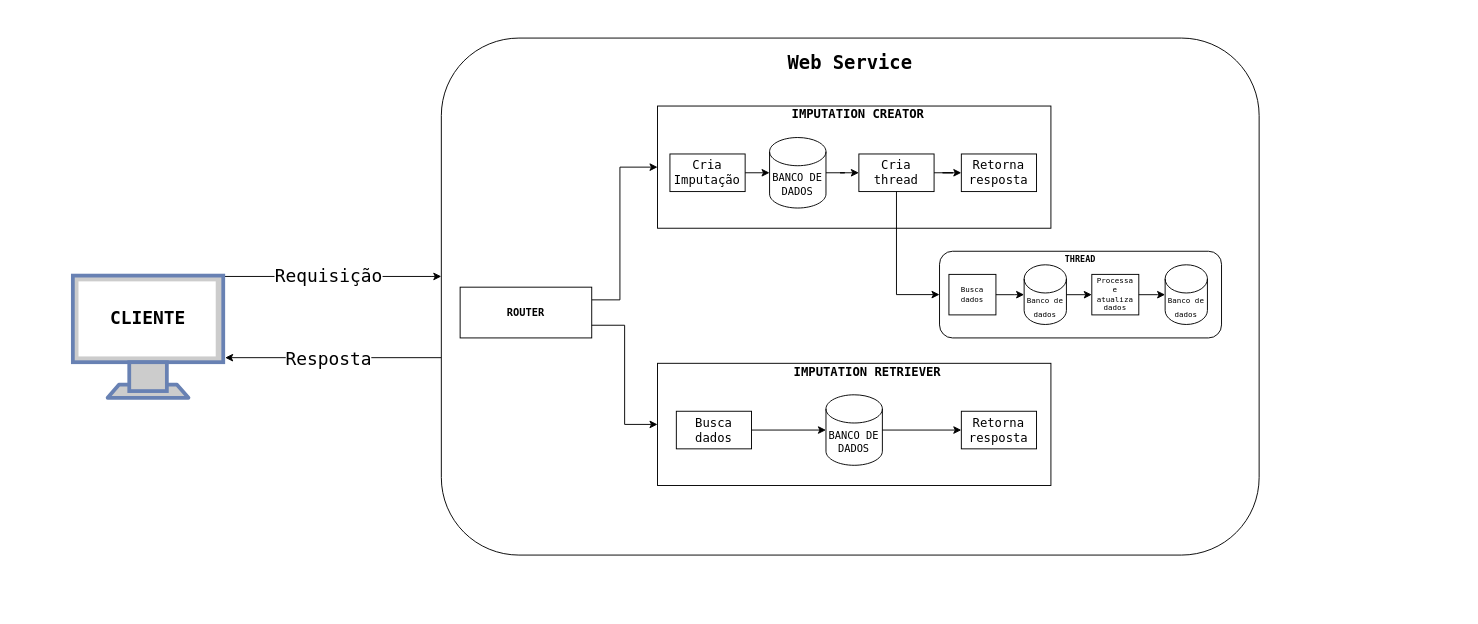
Above: images/Architecture.drawio in j-abreu/imputation-web-service (draw.io), before the change. Source tidied: cells renumbered, new cells numbered last; positions are measured from the earlier drawing's top-left corner, leaving out a move shared by most shapes. Both pictures are drawn from the tidied source at 94%, with x=0, y=0 at pixel (25, 16). Pictures stored in the file or linked from it are replaced by grey dashed boxes.
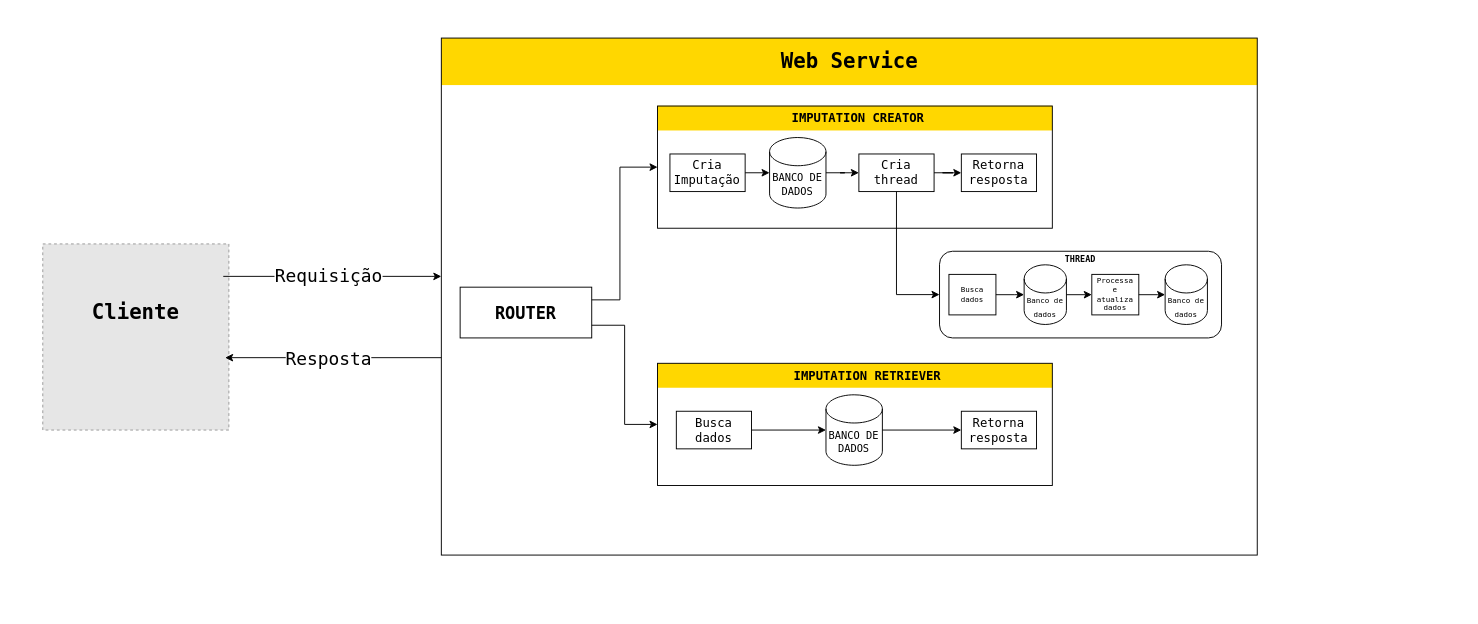
The same page after the edit.

The edit, as a diff of the source:
```diff
@@
+    <mxCell id="43" style="rounded=0;whiteSpace=wrap;html=1;fontFamily=Lucida Console;fontSize=19;fillColor=default;strokeColor=none;" parent="1" vertex="1">
+      <mxGeometry x="-10" width="1370" height="630" as="geometry" />
+    </mxCell>
+    <mxCell id="44" style="fillColor=#E6E6E6;strokeColor=#999999;dashed=1;verticalLabelPosition=bottom;labelBackgroundColor=default;verticalAlign=top;" parent="1" vertex="1">
+      <mxGeometry x="18" y="242" width="198" height="198" as="geometry" />
+    </mxCell>
+    <mxCell id="45" style="rounded=1;whiteSpace=wrap;html=1;fontFamily=Lucida Console;fontSize=19;fillColor=#FFD700;arcSize=0;strokeColor=none;" parent="1" vertex="1">
+      <mxGeometry x="442" y="23" width="868" height="50" as="geometry" />
+    </mxCell>
+    <mxCell id="6" style="rounded=0;whiteSpace=wrap;html=1;fillColor=none;arcSize=13;imageHeight=24;glass=0;" parent="1" vertex="1">
+      <mxGeometry x="442" y="23" width="868" height="550" as="geometry" />
+    </mxCell>
-    <mxCell id="2" style="edgeStyle=orthogonalEdgeStyle;rounded=0;jettySize=auto;html=1;entryX=0;entryY=0.461;entryDx=0;entryDy=0;entryPerimeter=0;fontFamily=Lucida Console;fontSize=19;" parent="1" edge="1" source="41" target="6">
+    <mxCell id="2" style="edgeStyle=orthogonalEdgeStyle;rounded=0;jettySize=auto;html=1;entryX=0;entryY=0.461;entryDx=0;entryDy=0;entryPerimeter=0;fontFamily=Lucida Console;fontSize=19;" parent="1" edge="1" target="6">
       <mxGeometry relative="1" as="geometry">
+        <mxPoint x="210" y="276.5" as="sourcePoint" />
         <Array as="points">
           <mxPoint x="432" y="277" />
         </Array>
       </mxGeometry>
     </mxCell>
@@
-    <mxCell id="6" style="rounded=1;whiteSpace=wrap;html=1;" parent="1" vertex="1">
-      <mxGeometry x="442" y="23" width="870" height="550" as="geometry" />
-    </mxCell>
-    <mxCell id="7" value="Web Service" style="text;html=1;strokeColor=none;fillColor=none;align=center;verticalAlign=middle;whiteSpace=wrap;rounded=0;fontFamily=Lucida Console;fontSize=20;fontStyle=1;" parent="1" vertex="1">
-      <mxGeometry x="807" y="33" width="140" height="30" as="geometry" />
+    <mxCell id="7" value="Web Service" style="text;html=1;strokeColor=none;fillColor=none;align=center;verticalAlign=middle;whiteSpace=wrap;rounded=0;fontFamily=Lucida Console;fontSize=22;fontStyle=1;" parent="1" vertex="1">
+      <mxGeometry x="794.5" y="33" width="163" height="30" as="geometry" />
     </mxCell>
     <mxCell id="8" style="group;fontFamily=Lucida Console;" parent="1" vertex="1">
-      <mxGeometry x="672" y="91.3" width="418.5" height="134" as="geometry" />
+      <mxGeometry x="672" y="91.3" width="420" height="134" as="geometry" />
     </mxCell>
+    <mxCell id="46" style="rounded=0;whiteSpace=wrap;html=1;glass=0;strokeColor=none;fontFamily=Helvetica;fontSize=12;fontColor=default;fillColor=#FFD700;" parent="8" vertex="1">
+      <mxGeometry y="3.7" width="420" height="26.3" as="geometry" />
+    </mxCell>
-    <mxCell id="9" style="rounded=0;whiteSpace=wrap;html=1;fontFamily=Lucida Console;" parent="8" vertex="1">
-      <mxGeometry y="4" width="418.5" height="130" as="geometry" />
+    <mxCell id="9" style="rounded=0;whiteSpace=wrap;html=1;fontFamily=Lucida Console;fillColor=none;" parent="8" vertex="1">
+      <mxGeometry y="4" width="420" height="130" as="geometry" />
     </mxCell>
     <mxCell id="10" value="IMPUTATION CREATOR" style="text;html=1;strokeColor=none;fillColor=none;align=center;verticalAlign=middle;whiteSpace=wrap;rounded=0;fontFamily=Lucida Console;fontSize=13;fontStyle=1;" parent="8" vertex="1">
-      <mxGeometry x="136.8" y="-2" width="153.2" height="30" as="geometry" />
+      <mxGeometry x="136.8" y="2" width="153.2" height="30" as="geometry" />
     </mxCell>
@@
-    <mxCell id="29" value="ROUTER" style="rounded=0;whiteSpace=wrap;html=1;fontFamily=Lucida Console;fontSize=11;fontStyle=1;" parent="1" vertex="1">
+    <mxCell id="29" value="ROUTER" style="rounded=0;whiteSpace=wrap;html=1;fontFamily=Lucida Console;fontSize=18;fontStyle=1;fillColor=none;" parent="1" vertex="1">
       <mxGeometry x="462" y="288" width="140" height="54" as="geometry" />
     </mxCell>
     <mxCell id="30" style="group;fontFamily=Lucida Console;" parent="1" vertex="1">
-      <mxGeometry x="672" y="365" width="418.5" height="134" as="geometry" />
+      <mxGeometry x="672" y="365" width="856" height="248" as="geometry" />
     </mxCell>
+    <mxCell id="47" style="rounded=0;whiteSpace=wrap;html=1;glass=0;strokeColor=none;fontFamily=Helvetica;fontSize=12;fontColor=default;fillColor=#FFD700;" parent="30" vertex="1">
+      <mxGeometry y="4" width="420" height="26" as="geometry" />
+    </mxCell>
-    <mxCell id="31" style="rounded=0;whiteSpace=wrap;html=1;fontFamily=Lucida Console;" parent="30" vertex="1">
-      <mxGeometry y="4" width="418.5" height="130" as="geometry" />
+    <mxCell id="31" style="rounded=0;whiteSpace=wrap;html=1;fontFamily=Lucida Console;fillColor=none;" parent="30" vertex="1">
+      <mxGeometry y="4" width="420" height="130" as="geometry" />
     </mxCell>
     <mxCell id="32" value="IMPUTATION RETRIEVER" style="text;html=1;strokeColor=none;fillColor=none;align=center;verticalAlign=middle;whiteSpace=wrap;rounded=0;fontFamily=Lucida Console;fontSize=13;fontStyle=1;" parent="30" vertex="1">
-      <mxGeometry x="136.8" y="-2" width="173.2" height="30" as="geometry" />
+      <mxGeometry x="136.8" y="2" width="173.2" height="30" as="geometry" />
     </mxCell>
@@
-    <mxCell id="40" style="group;" parent="1" vertex="1">
-      <mxGeometry x="50" y="275.7" width="160" height="130" as="geometry" />
-    </mxCell>
-    <mxCell id="41" style="fontColor=#0066CC;verticalAlign=top;verticalLabelPosition=bottom;labelPosition=center;align=center;html=1;outlineConnect=0;fillColor=#CCCCCC;strokeColor=#6881B3;gradientColor=none;gradientDirection=north;strokeWidth=2;shape=mxgraph.networks.monitor;fontFamily=Lucida Console;fontSize=19;" parent="40" vertex="1">
-      <mxGeometry width="160" height="130" as="geometry" />
-    </mxCell>
-    <mxCell id="42" value="CLIENTE" style="text;html=1;strokeColor=none;fillColor=none;align=center;verticalAlign=middle;whiteSpace=wrap;rounded=0;fontFamily=Lucida Console;fontSize=19;fontStyle=1;" parent="40" vertex="1">
-      <mxGeometry x="30" y="30.3" width="100" height="30" as="geometry" />
-    </mxCell>
-    <mxCell id="43" style="rounded=0;whiteSpace=wrap;html=1;fontFamily=Lucida Console;fontSize=19;fillColor=none;strokeColor=none;" parent="1" vertex="1">
-      <mxGeometry width="1370" height="630" as="geometry" />
-    </mxCell>
+    <mxCell id="48" value="Cliente" style="text;html=1;strokeColor=none;fillColor=none;align=center;verticalAlign=middle;whiteSpace=wrap;rounded=0;glass=0;fontFamily=Lucida Console;fontSize=22;fontColor=#000000;fontStyle=1;" parent="1" vertex="1">
+      <mxGeometry x="67" y="300" width="100" height="30" as="geometry" />
+    </mxCell>
```
